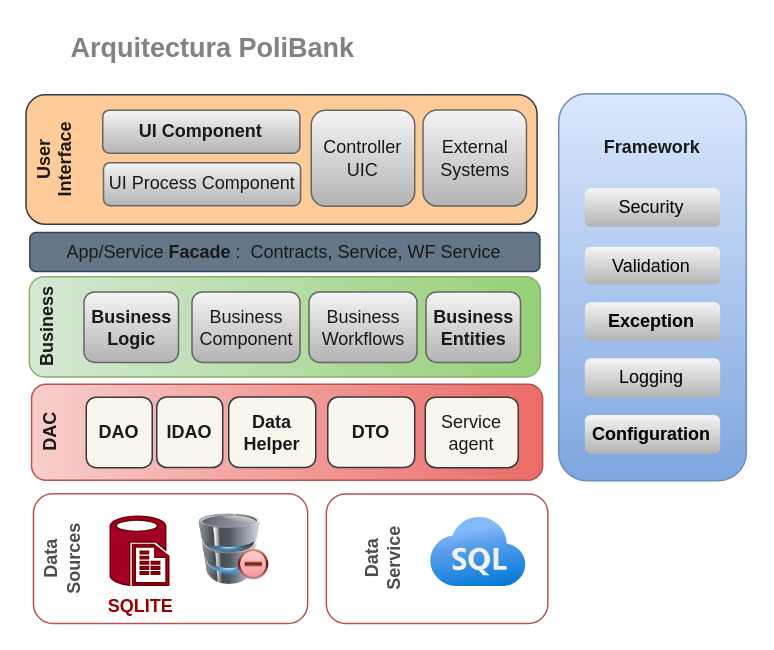
Jhairzp27/Proyecto-final-grupo-4 keeps this draw.io diagram as design/DiagramaArquitectura.drawio. Above is the earlier version. Source tidied: cells renumbered, new cells numbered last; positions are measured from the earlier drawing's top-left corner, leaving out a move shared by most shapes. Both pictures are drawn from the tidied source at 150%, with x=0, y=0 at pixel (28, -96).
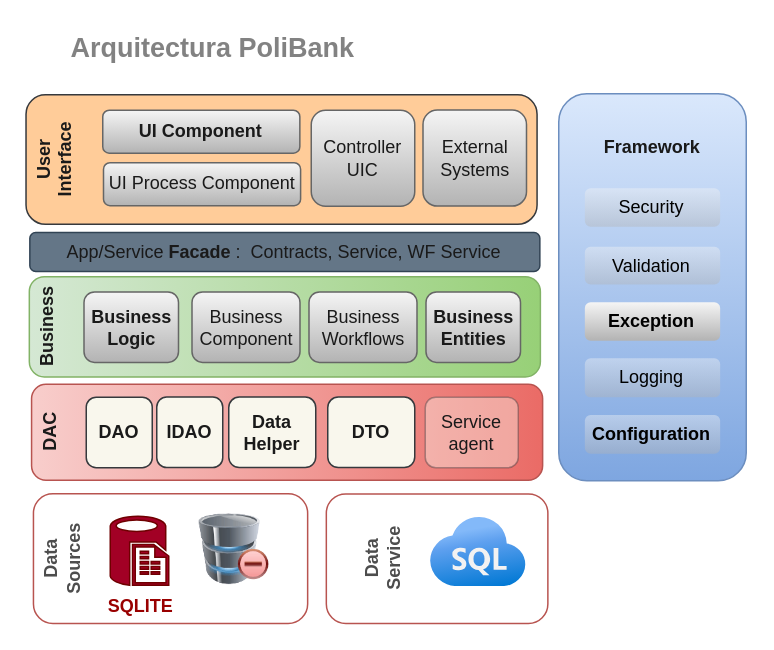
Above is the later version.

Commit message (it also covers changes not shown here):
Modificando diagramas

Diff of the diagram source:
```diff
@@
-    <mxCell id="6" value="&lt;font color=&quot;#1a1a1a&quot;&gt;Service agent&lt;br&gt;&lt;/font&gt;" style="rounded=1;whiteSpace=wrap;html=1;fillColor=#f9f7ed;strokeColor=#36393d;" parent="1" vertex="1">
+    <mxCell id="6" value="&lt;font color=&quot;#1a1a1a&quot;&gt;Service agent&lt;br&gt;&lt;/font&gt;" style="rounded=1;whiteSpace=wrap;html=1;fillColor=#f9f7ed;strokeColor=#36393d;opacity=40;" parent="1" vertex="1">
       <mxGeometry x="264" y="328.3" width="62" height="47" as="geometry" />
     </mxCell>
@@
-    <mxCell id="8" value="&lt;span style=&quot;&quot;&gt;&lt;font color=&quot;#000000&quot;&gt;Validation&lt;/font&gt;&lt;/span&gt;" style="rounded=1;whiteSpace=wrap;html=1;fillColor=#f5f5f5;strokeColor=none;gradientColor=#b3b3b3;" parent="1" vertex="1">
+    <mxCell id="8" value="&lt;span style=&quot;&quot;&gt;&lt;font color=&quot;#000000&quot;&gt;Validation&lt;/font&gt;&lt;/span&gt;" style="rounded=1;whiteSpace=wrap;html=1;fillColor=#f5f5f5;strokeColor=none;gradientColor=#b3b3b3;opacity=40;" parent="1" vertex="1">
       <mxGeometry x="370.4" y="228" width="90.2" height="25.1" as="geometry" />
     </mxCell>
-    <mxCell id="9" value="&lt;span style=&quot;&quot;&gt;&lt;font color=&quot;#000000&quot;&gt;Security&lt;/font&gt;&lt;/span&gt;" style="rounded=1;whiteSpace=wrap;html=1;fillColor=#f5f5f5;strokeColor=none;gradientColor=#b3b3b3;" parent="1" vertex="1">
+    <mxCell id="9" value="&lt;span style=&quot;&quot;&gt;&lt;font color=&quot;#000000&quot;&gt;Security&lt;/font&gt;&lt;/span&gt;" style="rounded=1;whiteSpace=wrap;html=1;fillColor=#f5f5f5;strokeColor=none;gradientColor=#b3b3b3;opacity=40;" parent="1" vertex="1">
       <mxGeometry x="370.4" y="189" width="90.2" height="25.7" as="geometry" />
     </mxCell>
-    <mxCell id="10" value="&lt;span style=&quot;&quot;&gt;&lt;font color=&quot;#000000&quot;&gt;Logging&lt;/font&gt;&lt;/span&gt;" style="rounded=1;whiteSpace=wrap;html=1;fillColor=#f5f5f5;strokeColor=none;gradientColor=#b3b3b3;" parent="1" vertex="1">
+    <mxCell id="10" value="&lt;span style=&quot;&quot;&gt;&lt;font color=&quot;#000000&quot;&gt;Logging&lt;/font&gt;&lt;/span&gt;" style="rounded=1;whiteSpace=wrap;html=1;fillColor=#f5f5f5;strokeColor=none;gradientColor=#b3b3b3;opacity=40;" parent="1" vertex="1">
       <mxGeometry x="370.4" y="302.4" width="90.2" height="26" as="geometry" />
     </mxCell>
@@
-    <mxCell id="12" value="&lt;div style=&quot;&quot;&gt;&lt;font color=&quot;#000000&quot;&gt;&lt;b&gt;Configuration&lt;/b&gt;&lt;/font&gt;&lt;/div&gt;" style="rounded=1;whiteSpace=wrap;html=1;fillColor=#f5f5f5;strokeColor=none;gradientColor=#b3b3b3;" parent="1" vertex="1">
+    <mxCell id="12" value="&lt;div style=&quot;&quot;&gt;&lt;font color=&quot;#000000&quot;&gt;&lt;b&gt;Configuration&lt;/b&gt;&lt;/font&gt;&lt;/div&gt;" style="rounded=1;whiteSpace=wrap;html=1;fillColor=#f5f5f5;strokeColor=none;gradientColor=#b3b3b3;opacity=40;" parent="1" vertex="1">
       <mxGeometry x="370.4" y="340.2" width="90.2" height="25.8" as="geometry" />
     </mxCell>
```
